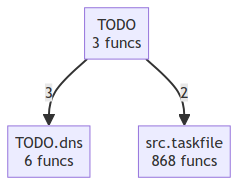
Above: project/compact_flow.png in pyfunc/taskfile (Mermaid), before the change. Its source is kept beside it as project/compact_flow.mmd.
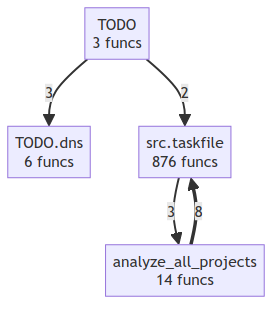
Above is the later version.

What changed in the source:
```diff
@@ -1,6 +1,9 @@
 flowchart TD
     TODO["TODO<br/>3 funcs"]
     TODO__dns["TODO.dns<br/>6 funcs"]
-    src__taskfile["src.taskfile<br/>868 funcs"]
+    analyze_all_projects["analyze_all_projects<br/>14 funcs"]
+    src__taskfile["src.taskfile<br/>893 funcs"]
+    analyze_all_projects ==>|8| src__taskfile
     TODO -->|3| TODO__dns
+    src__taskfile -->|3| analyze_all_projects
     TODO -->|2| src__taskfile
```
